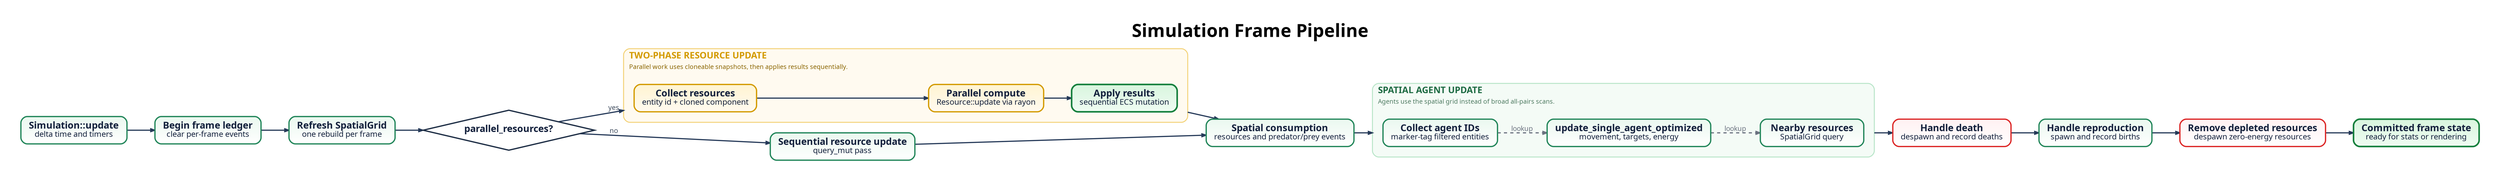
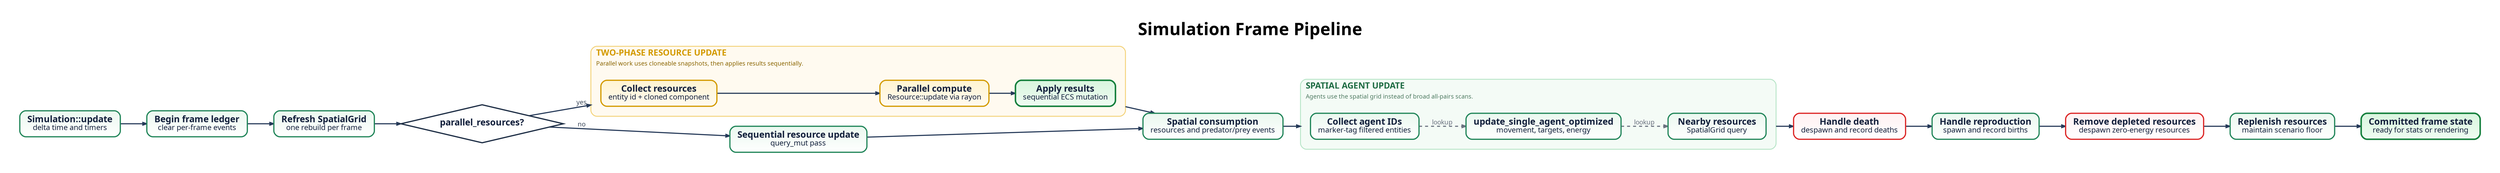
digraph BattleOFramePipeline {
  graph [
    rankdir=LR,
    bgcolor="#ffffff",
    pad="0.55",
    nodesep="0.48",
    ranksep="0.72",
    splines=polyline,
    outputorder=edgesfirst,
    compound=true,
    newrank=true,
    forcelabels=true,
    fontname="Avenir",
    label=<
      <TABLE BORDER="0" CELLBORDER="0" CELLSPACING="0" CELLPADDING="0">
        <TR><TD><FONT POINT-SIZE="34"><B>Simulation Frame Pipeline</B></FONT></TD></TR>
      </TABLE>
    >,
    labelloc=t,
    labeljust=c
  ];

  node [
    shape=box,
    style="rounded,filled",
    margin="0.21,0.13",
    width=2.72,
    height=0.72,
    fixedsize=false,
    fontname="Avenir",
    fontsize=18,
    penwidth=2.4,
    fontcolor="#14213d",
    color="#2264c7",
    fillcolor="#eaf3ff:#ffffff",
    gradientangle=270
  ];

  edge [
    color="#263a59",
    fontname="Avenir",
    fontsize=13,
    fontcolor="#3d4a5c",
    penwidth=2.2,
    arrowsize=0.78
  ];

  start [label=<<B>Simulation::update</B><BR/><FONT POINT-SIZE="15">delta time and timers</FONT>>, fillcolor="#eaf8ef:#ffffff", color="#22865a"];
  event_start [label=<<B>Begin frame ledger</B><BR/><FONT POINT-SIZE="15">clear per-frame events</FONT>>, fillcolor="#eaf8ef:#ffffff", color="#22865a"];
  grid [label=<<B>Refresh SpatialGrid</B><BR/><FONT POINT-SIZE="15">one rebuild per frame</FONT>>, fillcolor="#eaf8ef:#ffffff", color="#22865a"];
  rayon [label=<<B>parallel_resources?</B>>, shape=diamond, style=filled, width=2.25, height=1.05, fillcolor="#ffffff", color="#1f2f46", penwidth=2.4];

  subgraph cluster_resource_parallel {
    graph [
      label=<
        <TABLE BORDER="0" CELLBORDER="0" CELLSPACING="0" CELLPADDING="2">
          <TR><TD ALIGN="LEFT"><FONT POINT-SIZE="17" COLOR="#d39a00"><B>TWO-PHASE RESOURCE UPDATE</B></FONT></TD></TR>
          <TR><TD ALIGN="LEFT"><FONT POINT-SIZE="12" COLOR="#8a6500">Parallel work uses cloneable snapshots, then applies results sequentially.</FONT></TD></TR>
        </TABLE>
      >,
      labelloc=t,
      labeljust=l,
      color="#f3d278",
      fillcolor="#fffaf0",
      style="rounded,filled",
      penwidth=1.8,
      margin=20
    ];

    collect_resources [label=<<B>Collect resources</B><BR/><FONT POINT-SIZE="15">entity id + cloned component</FONT>>, fillcolor="#fff4d1:#fffaf0", color="#d39a00"];
    compute_resources [label=<<B>Parallel compute</B><BR/><FONT POINT-SIZE="15">Resource::update via rayon</FONT>>, fillcolor="#fff4d1:#fffaf0", color="#d39a00"];
    apply_resources [label=<<B>Apply results</B><BR/><FONT POINT-SIZE="15">sequential ECS mutation</FONT>>, fillcolor="#d8f5de:#effcf2", color="#15803d", penwidth=3.0];

    collect_resources -> compute_resources -> apply_resources;
  }

  resource_seq [label=<<B>Sequential resource update</B><BR/><FONT POINT-SIZE="15">query_mut pass</FONT>>, fillcolor="#eaf8ef:#ffffff", color="#22865a"];
  consumption [label=<<B>Spatial consumption</B><BR/><FONT POINT-SIZE="15">resources and predator/prey events</FONT>>, fillcolor="#eaf8ef:#ffffff", color="#22865a"];

  subgraph cluster_agents {
    graph [
      label=<
        <TABLE BORDER="0" CELLBORDER="0" CELLSPACING="0" CELLPADDING="2">
          <TR><TD ALIGN="LEFT"><FONT POINT-SIZE="17" COLOR="#1e6b43"><B>SPATIAL AGENT UPDATE</B></FONT></TD></TR>
          <TR><TD ALIGN="LEFT"><FONT POINT-SIZE="12" COLOR="#4e7a61">Agents use the spatial grid instead of broad all-pairs scans.</FONT></TD></TR>
        </TABLE>
      >,
      labelloc=t,
      labeljust=l,
      color="#b8e5c8",
      fillcolor="#f4fbf6",
      style="rounded,filled",
      penwidth=1.8,
      margin=20
    ];

    collect_agents [label=<<B>Collect agent IDs</B><BR/><FONT POINT-SIZE="15">marker-tag filtered entities</FONT>>, fillcolor="#eaf8ef:#ffffff", color="#22865a"];
    update_agents [label=<<B>update_single_agent_optimized</B><BR/><FONT POINT-SIZE="15">movement, targets, energy</FONT>>, fillcolor="#eaf8ef:#ffffff", color="#22865a"];
    nearby [label=<<B>Nearby resources</B><BR/><FONT POINT-SIZE="15">SpatialGrid query</FONT>>, fillcolor="#eaf8ef:#ffffff", color="#22865a"];

    collect_agents -> update_agents -> nearby [style=dashed, label="lookup", color="#6b7280", fontcolor="#6b7280"];
  }

  death [label=<<B>Handle death</B><BR/><FONT POINT-SIZE="15">despawn and record deaths</FONT>>, fillcolor="#fff1f2:#ffffff", color="#dc2626"];
  reproduction [label=<<B>Handle reproduction</B><BR/><FONT POINT-SIZE="15">spawn and record births</FONT>>, fillcolor="#eaf8ef:#ffffff", color="#22865a"];
  depletion [label=<<B>Remove depleted resources</B><BR/><FONT POINT-SIZE="15">despawn zero-energy resources</FONT>>, fillcolor="#fff1f2:#ffffff", color="#dc2626"];
+   replenish [label=<<B>Replenish resources</B><BR/><FONT POINT-SIZE="15">maintain scenario floor</FONT>>, fillcolor="#eaf8ef:#ffffff", color="#22865a"];
  end [label=<<B>Committed frame state</B><BR/><FONT POINT-SIZE="15">ready for stats or rendering</FONT>>, fillcolor="#d8f5de:#effcf2", color="#15803d", penwidth=3.0];

  start -> event_start -> grid -> rayon;
  rayon -> collect_resources [label="yes", lhead=cluster_resource_parallel];
  rayon -> resource_seq [label="no"];
  apply_resources -> consumption [ltail=cluster_resource_parallel];
  resource_seq -> consumption;
  consumption -> collect_agents [lhead=cluster_agents];
  nearby -> death [ltail=cluster_agents];
-   death -> reproduction -> depletion -> end;
+   death -> reproduction -> depletion -> replenish -> end;
}
